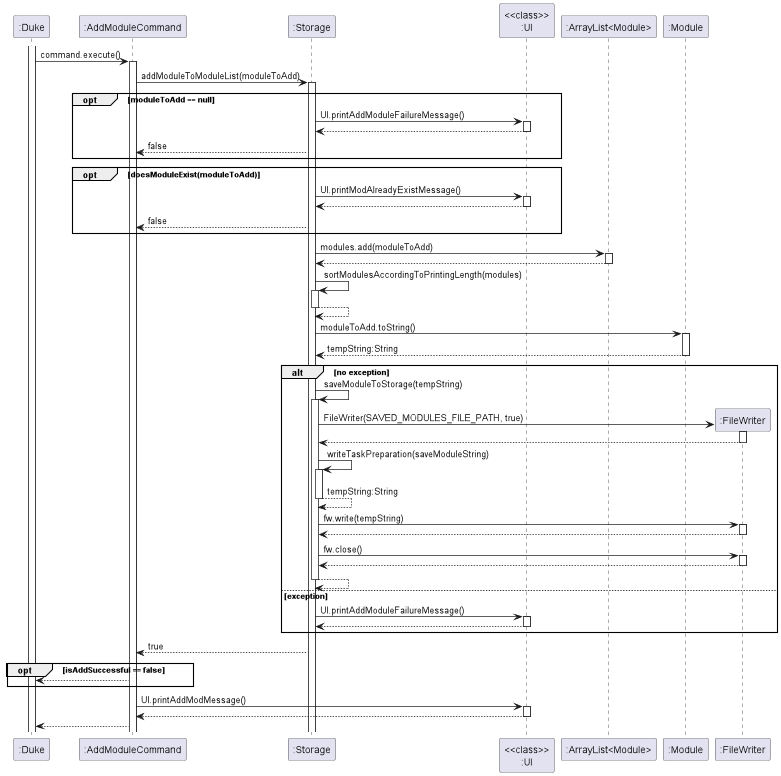
This is docs/diagrams/Storage/StorageAddModule.png from nus-cs2113-AY2223S2/tp, a PlantUML export, as it was before one commit.
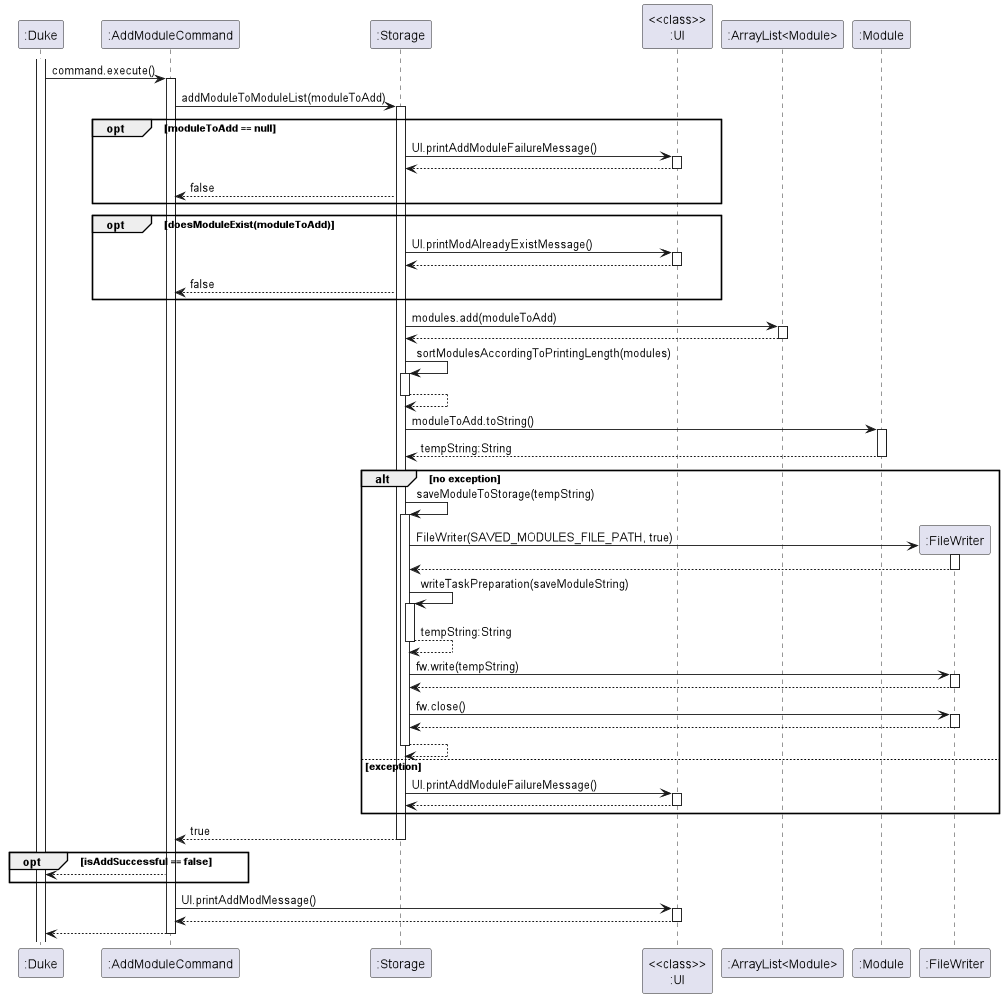
The same file after the commit.

Change to the diagram source:
```diff
@@ -64,6 +64,7 @@
 deactivate "<<class>>\n:UI"
 end
 ":AddModuleCommand" <-- ":Storage" : true
+deactivate ":Storage"
 opt isAddSuccessful == false
 ":AddModuleCommand" --> ":Duke"
 end
@@ -72,6 +73,7 @@
 ":AddModuleCommand" <-- "<<class>>\n:UI"
 deactivate "<<class>>\n:UI"
 ":Duke" <-- ":AddModuleCommand"
+deactivate ":AddModuleCommand"
 
 
 @enduml
```
